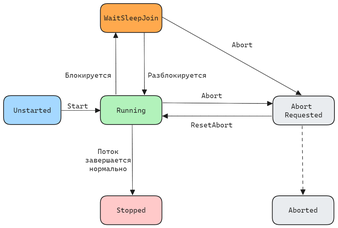
silvercodes/p23_sp keeps this Excalidraw diagram as img/02_sync.excalidraw.png. Above is the earlier version. Source tidied: one line per element, renumbered; positions are measured from the earlier drawing's top-left corner, leaving out a move shared by most shapes.
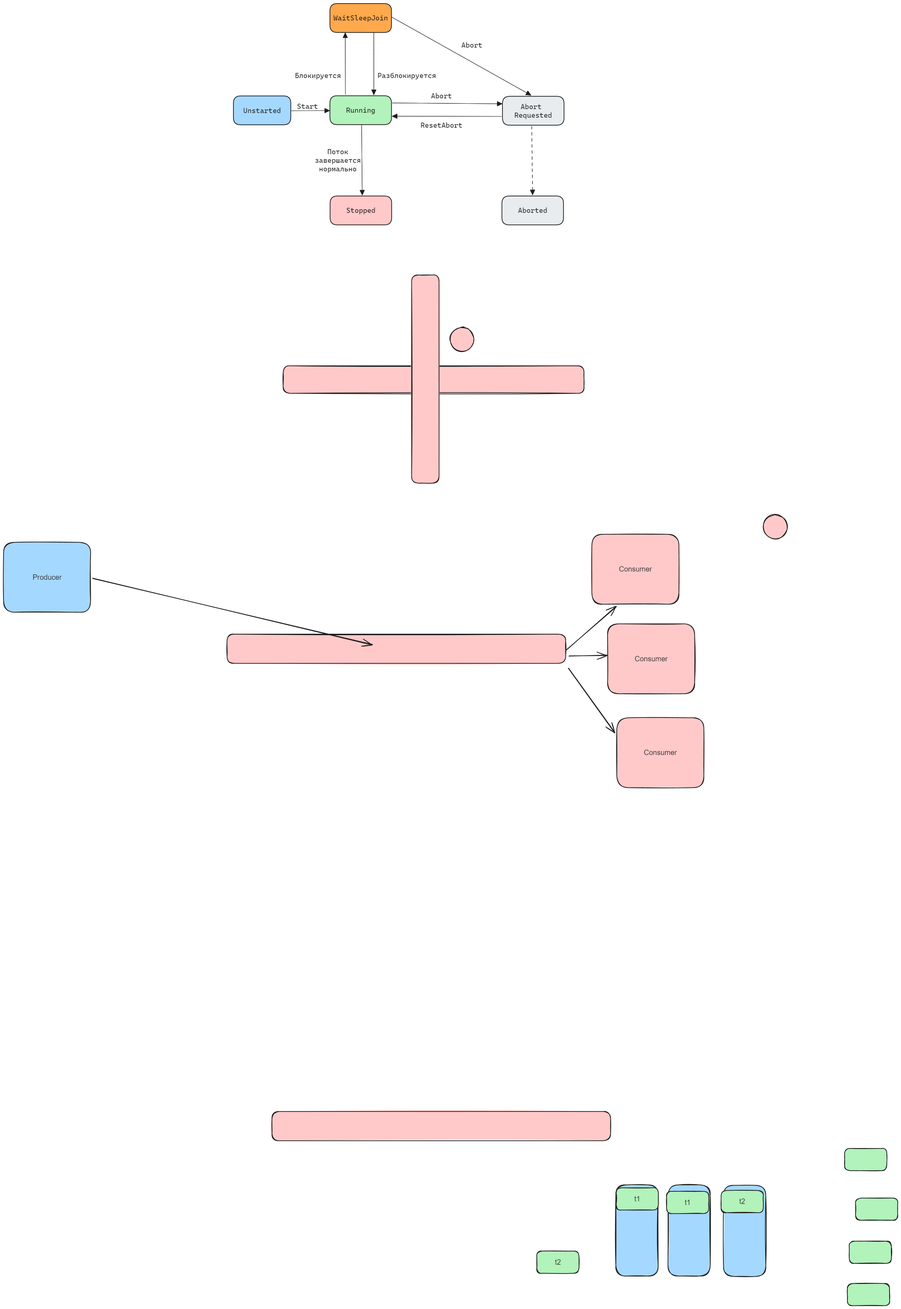
After the commit.

Diff of the diagram source:
```diff
@@ -1,27 +1,60 @@
+{"id": 27, "type": "rectangle", "strokeColor": "#1e1e1e", "backgroundColor": "#a5d8ff", "fillStyle": "solid", "strokeWidth": 2, "roughness": 1, "round": true, "x": 1070, "y": 3302, "width": 118, "height": 255}
+{"id": 28, "type": "rectangle", "strokeColor": "#1e1e1e", "backgroundColor": "#a5d8ff", "fillStyle": "solid", "strokeWidth": 2, "roughness": 1, "round": true, "x": 1216, "y": 3302, "width": 118, "height": 255}
+{"id": 29, "type": "rectangle", "strokeColor": "#1e1e1e", "backgroundColor": "#a5d8ff", "fillStyle": "solid", "strokeWidth": 2, "roughness": 1, "round": true, "x": 1371, "y": 3303, "width": 118, "height": 255}
+{"id": 30, "type": "rectangle", "strokeColor": "#1e1e1e", "backgroundColor": "#ffc9c9", "fillStyle": "solid", "strokeWidth": 2, "roughness": 1, "round": true, "x": 108, "y": 3097, "width": 947, "height": 82}
 {"id": 0, "type": "rectangle", "strokeColor": "#1e1e1e", "backgroundColor": "#a5d8ff", "fillStyle": "solid", "strokeWidth": 2, "roughness": 0, "round": true, "x": 0, "y": 257, "width": 160, "height": 81}
 {"id": 1, "type": "text", "text": "Unstarted", "strokeColor": "#1e1e1e", "backgroundColor": "#a5d8ff", "fillStyle": "solid", "strokeWidth": 2, "roughness": 0, "fontSize": 20, "fontFamily": 3, "textAlign": "center", "verticalAlign": "middle", "inside": 0, "x": 28, "y": 286, "width": 105, "height": 24}
-{"id": 2, "type": "rectangle", "strokeColor": "#1e1e1e", "backgroundColor": "#b2f2bb", "fillStyle": "solid", "strokeWidth": 2, "roughness": 0, "round": true, "x": 271, "y": 257, "width": 172, "height": 81}
+{"id": 2, "type": "rectangle", "strokeColor": "#1e1e1e", "backgroundColor": "#b2f2bb", "fillStyle": "solid", "strokeWidth": 2, "roughness": 0, "round": true, "x": 270, "y": 257, "width": 172, "height": 81}
-{"id": 3, "type": "text", "text": "Running", "strokeColor": "#1e1e1e", "backgroundColor": "#a5d8ff", "fillStyle": "solid", "strokeWidth": 2, "roughness": 0, "fontSize": 20, "fontFamily": 3, "textAlign": "center", "verticalAlign": "middle", "inside": 2, "x": 316, "y": 286, "width": 82, "height": 24}
+{"id": 3, "type": "text", "text": "Running", "strokeColor": "#1e1e1e", "backgroundColor": "#a5d8ff", "fillStyle": "solid", "strokeWidth": 2, "roughness": 0, "fontSize": 20, "fontFamily": 3, "textAlign": "center", "verticalAlign": "middle", "inside": 2, "x": 315, "y": 285, "width": 82, "height": 24}
-{"id": 4, "type": "arrow", "strokeColor": "#1e1e1e", "backgroundColor": "#a5d8ff", "fillStyle": "solid", "strokeWidth": 1, "roughness": 0, "endArrowhead": "triangle", "round": true, "from": 0, "to": 2, "x": 162, "y": 299, "width": 108, "height": 0, "points": [[0, 0], [108, 0]]}
+{"id": 4, "type": "arrow", "strokeColor": "#1e1e1e", "backgroundColor": "#a5d8ff", "fillStyle": "solid", "strokeWidth": 1, "roughness": 0, "endArrowhead": "triangle", "round": true, "from": 0, "to": 2, "x": 162, "y": 299, "width": 107, "height": 0, "points": [[0, 0], [107, 0]]}
 {"id": 5, "type": "text", "text": "Start", "strokeColor": "#1e1e1e", "backgroundColor": "#a5d8ff", "fillStyle": "solid", "strokeWidth": 2, "roughness": 0, "fontSize": 20, "fontFamily": 3, "x": 178, "y": 274, "width": 59, "height": 24}
-{"id": 6, "type": "rectangle", "strokeColor": "#1e1e1e", "backgroundColor": "#ffa94d", "fillStyle": "solid", "strokeWidth": 2, "roughness": 0, "round": true, "x": 271, "y": 0, "width": 172, "height": 81}
+{"id": 6, "type": "rectangle", "strokeColor": "#1e1e1e", "backgroundColor": "#ffa94d", "fillStyle": "solid", "strokeWidth": 2, "roughness": 0, "round": true, "x": 270, "y": -1, "width": 172, "height": 81}
-{"id": 7, "type": "text", "text": "WaitSleepJoin", "strokeColor": "#1e1e1e", "backgroundColor": "#a5d8ff", "fillStyle": "solid", "strokeWidth": 2, "roughness": 0, "fontSize": 20, "fontFamily": 3, "textAlign": "center", "verticalAlign": "middle", "inside": 6, "x": 281, "y": 28, "width": 152, "height": 24}
+{"id": 7, "type": "text", "text": "WaitSleepJoin", "strokeColor": "#1e1e1e", "backgroundColor": "#a5d8ff", "fillStyle": "solid", "strokeWidth": 2, "roughness": 0, "fontSize": 20, "fontFamily": 3, "textAlign": "center", "verticalAlign": "middle", "inside": 6, "x": 280, "y": 27, "width": 152, "height": 24}
-{"id": 8, "type": "arrow", "strokeColor": "#1e1e1e", "backgroundColor": "#b2f2bb", "fillStyle": "solid", "strokeWidth": 1, "roughness": 0, "endArrowhead": "triangle", "round": true, "from": 2, "to": 6, "x": 314, "y": 254, "width": 1, "height": 172, "points": [[0, 0], [-1, -172]]}
+{"id": 8, "type": "arrow", "strokeColor": "#1e1e1e", "backgroundColor": "#b2f2bb", "fillStyle": "solid", "strokeWidth": 1, "roughness": 0, "endArrowhead": "triangle", "round": true, "from": 2, "to": 6, "x": 313, "y": 253, "width": 0, "height": 173, "points": [[0, 0], [0, -173]]}
-{"id": 9, "type": "arrow", "strokeColor": "#1e1e1e", "backgroundColor": "#b2f2bb", "fillStyle": "solid", "strokeWidth": 1, "roughness": 0, "endArrowhead": "triangle", "round": true, "from": 6, "to": 2, "x": 393, "y": 82, "width": 1, "height": 173, "points": [[0, 0], [1, 173]]}
+{"id": 9, "type": "arrow", "strokeColor": "#1e1e1e", "backgroundColor": "#b2f2bb", "fillStyle": "solid", "strokeWidth": 1, "roughness": 0, "endArrowhead": "triangle", "round": true, "from": 6, "to": 2, "x": 393, "y": 81, "width": 0, "height": 173, "points": [[0, 0], [0, 173]]}
 {"id": 10, "type": "text", "text": "Блокируется", "strokeColor": "#1e1e1e", "backgroundColor": "#ffa94d", "fillStyle": "solid", "strokeWidth": 1, "roughness": 0, "fontSize": 20, "fontFamily": 3, "x": 172, "y": 188, "width": 129, "height": 24}
 {"id": 11, "type": "text", "text": "Разблокируется", "strokeColor": "#1e1e1e", "backgroundColor": "#ffa94d", "fillStyle": "solid", "strokeWidth": 1, "roughness": 0, "fontSize": 20, "fontFamily": 3, "x": 403, "y": 188, "width": 164, "height": 24}
 {"id": 12, "type": "rectangle", "strokeColor": "#1e1e1e", "backgroundColor": "#ffc9c9", "fillStyle": "solid", "strokeWidth": 2, "roughness": 0, "round": true, "x": 271, "y": 537, "width": 172, "height": 81}
 {"id": 13, "type": "text", "text": "Stopped", "strokeColor": "#1e1e1e", "backgroundColor": "#a5d8ff", "fillStyle": "solid", "strokeWidth": 2, "roughness": 0, "fontSize": 20, "fontFamily": 3, "textAlign": "center", "verticalAlign": "middle", "inside": 12, "x": 316, "y": 565, "width": 82, "height": 24}
-{"id": 14, "type": "arrow", "strokeColor": "#1e1e1e", "backgroundColor": "#ffc9c9", "fillStyle": "solid", "strokeWidth": 1, "roughness": 0, "endArrowhead": "triangle", "round": true, "from": 2, "to": 12, "x": 360, "y": 339, "width": 1, "height": 195, "points": [[0, 0], [1, 195]]}
+{"id": 14, "type": "arrow", "strokeColor": "#1e1e1e", "backgroundColor": "#ffc9c9", "fillStyle": "solid", "strokeWidth": 1, "roughness": 0, "endArrowhead": "triangle", "round": true, "from": 2, "to": 12, "x": 359, "y": 338, "width": 2, "height": 196, "points": [[0, 0], [2, 196]]}
 {"id": 15, "type": "text", "text": "Поток\nзавершается\nнормально", "strokeColor": "#1e1e1e", "backgroundColor": "#ffc9c9", "fillStyle": "solid", "strokeWidth": 1, "roughness": 0, "fontSize": 20, "fontFamily": 3, "textAlign": "center", "x": 228, "y": 401, "width": 129, "height": 72}
 {"id": 16, "type": "rectangle", "strokeColor": "#1e1e1e", "backgroundColor": "#e9ecef", "fillStyle": "solid", "strokeWidth": 2, "roughness": 0, "round": true, "x": 753, "y": 258, "width": 172, "height": 81}
 {"id": 17, "type": "text", "text": "Abort \nRequested", "strokeColor": "#1e1e1e", "backgroundColor": "#a5d8ff", "fillStyle": "solid", "strokeWidth": 2, "roughness": 0, "fontSize": 20, "fontFamily": 3, "textAlign": "center", "verticalAlign": "middle", "inside": 16, "x": 786, "y": 275, "width": 105, "height": 48}
-{"id": 18, "type": "arrow", "strokeColor": "#1e1e1e", "backgroundColor": "#e9ecef", "fillStyle": "solid", "strokeWidth": 1, "roughness": 0, "endArrowhead": "triangle", "round": true, "from": 6, "to": 16, "x": 444, "y": 38, "width": 388, "height": 217, "points": [[0, 0], [388, 217]]}
+{"id": 18, "type": "arrow", "strokeColor": "#1e1e1e", "backgroundColor": "#e9ecef", "fillStyle": "solid", "strokeWidth": 1, "roughness": 0, "endArrowhead": "triangle", "round": true, "from": 6, "to": 16, "x": 443, "y": 37, "width": 389, "height": 218, "points": [[0, 0], [389, 218]]}
 {"id": 19, "type": "text", "text": "Abort", "strokeColor": "#1e1e1e", "backgroundColor": "#e9ecef", "fillStyle": "solid", "strokeWidth": 1, "roughness": 0, "fontSize": 20, "fontFamily": 3, "textAlign": "center", "x": 638, "y": 103, "width": 59, "height": 24}
-{"id": 20, "type": "arrow", "strokeColor": "#1e1e1e", "backgroundColor": "#e9ecef", "fillStyle": "solid", "strokeWidth": 1, "roughness": 0, "endArrowhead": "triangle", "round": true, "from": 2, "to": 16, "x": 445, "y": 277, "width": 306, "height": 2, "points": [[0, 0], [306, 2]]}
+{"id": 20, "type": "arrow", "strokeColor": "#1e1e1e", "backgroundColor": "#e9ecef", "fillStyle": "solid", "strokeWidth": 1, "roughness": 0, "endArrowhead": "triangle", "round": true, "from": 2, "to": 16, "x": 445, "y": 277, "width": 307, "height": 2, "points": [[0, 0], [307, 2]]}
 {"id": 21, "type": "text", "text": "Abort", "strokeColor": "#1e1e1e", "backgroundColor": "#e9ecef", "fillStyle": "solid", "strokeWidth": 1, "roughness": 0, "fontSize": 20, "fontFamily": 3, "textAlign": "center", "x": 553, "y": 245, "width": 59, "height": 24}
-{"id": 22, "type": "arrow", "strokeColor": "#1e1e1e", "backgroundColor": "#e9ecef", "fillStyle": "solid", "strokeWidth": 1, "roughness": 0, "endArrowhead": "triangle", "round": true, "from": 16, "to": 2, "x": 750, "y": 314, "width": 305, "height": 0, "points": [[0, 0], [-305, 0]]}
+{"id": 22, "type": "arrow", "strokeColor": "#1e1e1e", "backgroundColor": "#e9ecef", "fillStyle": "solid", "strokeWidth": 1, "roughness": 0, "endArrowhead": "triangle", "round": true, "from": 16, "to": 2, "x": 750, "y": 314, "width": 306, "height": 1, "points": [[0, 0], [-306, -1]]}
 {"id": 23, "type": "text", "text": "ResetAbort", "strokeColor": "#1e1e1e", "backgroundColor": "#e9ecef", "fillStyle": "solid", "strokeWidth": 1, "roughness": 0, "fontSize": 20, "fontFamily": 3, "textAlign": "center", "x": 524, "y": 327, "width": 117, "height": 24}
 {"id": 24, "type": "rectangle", "strokeColor": "#1e1e1e", "backgroundColor": "#e9ecef", "fillStyle": "solid", "strokeWidth": 2, "roughness": 0, "round": true, "x": 751, "y": 537, "width": 172, "height": 81}
 {"id": 25, "type": "text", "text": "Aborted", "strokeColor": "#1e1e1e", "backgroundColor": "#a5d8ff", "fillStyle": "solid", "strokeWidth": 2, "roughness": 0, "fontSize": 20, "fontFamily": 3, "textAlign": "center", "verticalAlign": "middle", "inside": 24, "x": 796, "y": 565, "width": 82, "height": 24}
 {"id": 26, "type": "arrow", "strokeColor": "#1e1e1e", "backgroundColor": "#e9ecef", "fillStyle": "solid", "strokeWidth": 1, "strokeStyle": "dashed", "roughness": 0, "endArrowhead": "triangle", "round": true, "from": 16, "to": 24, "x": 835, "y": 342, "width": 2, "height": 192, "points": [[0, 0], [2, 192]]}
+{"id": 31, "type": "rectangle", "strokeColor": "#1e1e1e", "backgroundColor": "#ffc9c9", "fillStyle": "solid", "strokeWidth": 2, "roughness": 1, "round": true, "x": 139, "y": 1012, "width": 842, "height": 77}
+{"id": 32, "type": "rectangle", "strokeColor": "#1e1e1e", "backgroundColor": "#ffc9c9", "fillStyle": "solid", "strokeWidth": 2, "roughness": 1, "round": true, "x": 499, "y": 758, "width": 77, "height": 582}
+{"id": 33, "type": "ellipse", "strokeColor": "#1e1e1e", "backgroundColor": "#ffc9c9", "fillStyle": "solid", "strokeWidth": 2, "roughness": 1, "round": true, "x": 606, "y": 904, "width": 66, "height": 68}
+{"id": 34, "type": "rectangle", "strokeColor": "#1e1e1e", "backgroundColor": "#ffc9c9", "fillStyle": "solid", "strokeWidth": 2, "roughness": 1, "round": true, "x": -18, "y": 1762, "width": 947, "height": 82}
+{"id": 35, "type": "rectangle", "strokeColor": "#1e1e1e", "backgroundColor": "#b2f2bb", "fillStyle": "solid", "strokeWidth": 2, "roughness": 1, "round": true, "x": 1710, "y": 3200, "width": 118, "height": 62}
+{"id": 36, "type": "rectangle", "strokeColor": "#1e1e1e", "backgroundColor": "#b2f2bb", "fillStyle": "solid", "strokeWidth": 2, "roughness": 1, "round": true, "x": 1741, "y": 3339, "width": 118, "height": 62}
+{"id": 37, "type": "rectangle", "strokeColor": "#1e1e1e", "backgroundColor": "#b2f2bb", "fillStyle": "solid", "strokeWidth": 2, "roughness": 1, "round": true, "x": 1723, "y": 3459, "width": 118, "height": 62}
+{"id": 38, "type": "rectangle", "strokeColor": "#1e1e1e", "backgroundColor": "#a5d8ff", "fillStyle": "solid", "strokeWidth": 2, "roughness": 1, "round": true, "x": -643, "y": 1505, "width": 244, "height": 196}
+{"id": 39, "type": "text", "text": "Producer", "strokeColor": "#1e1e1e", "backgroundColor": "#a5d8ff", "fillStyle": "solid", "strokeWidth": 2, "roughness": 1, "fontSize": 20, "fontFamily": 2, "textAlign": "center", "verticalAlign": "middle", "inside": 38, "x": -562, "y": 1591, "width": 81, "height": 23}
+{"id": 40, "type": "arrow", "strokeColor": "#1e1e1e", "backgroundColor": "#a5d8ff", "fillStyle": "solid", "strokeWidth": 2, "roughness": 1, "endArrowhead": "arrow", "round": true, "from": 38, "x": -394, "y": 1607, "width": 784, "height": 184, "points": [[0, 0], [784, 184]]}
+{"id": 41, "type": "rectangle", "strokeColor": "#1e1e1e", "backgroundColor": "#ffc9c9", "fillStyle": "solid", "strokeWidth": 2, "roughness": 1, "round": true, "x": 1003, "y": 1483, "width": 244, "height": 196}
+{"id": 42, "type": "text", "text": "Consumer", "strokeColor": "#1e1e1e", "backgroundColor": "#a5d8ff", "fillStyle": "solid", "strokeWidth": 2, "roughness": 1, "fontSize": 20, "fontFamily": 2, "textAlign": "center", "verticalAlign": "middle", "inside": 41, "x": 1079, "y": 1569, "width": 92, "height": 23}
+{"id": 43, "type": "arrow", "strokeColor": "#1e1e1e", "backgroundColor": "#a5d8ff", "fillStyle": "solid", "strokeWidth": 2, "roughness": 1, "endArrowhead": "arrow", "round": true, "from": 34, "to": 41, "x": 932, "y": 1805, "width": 139, "height": 121, "points": [[0, 0], [139, -121]]}
+{"id": 44, "type": "rectangle", "strokeColor": "#1e1e1e", "backgroundColor": "#ffc9c9", "fillStyle": "solid", "strokeWidth": 2, "roughness": 1, "round": true, "x": 1073, "y": 1996, "width": 244, "height": 196}
+{"id": 45, "type": "text", "text": "Consumer", "strokeColor": "#1e1e1e", "backgroundColor": "#a5d8ff", "fillStyle": "solid", "strokeWidth": 2, "roughness": 1, "fontSize": 20, "fontFamily": 2, "textAlign": "center", "verticalAlign": "middle", "inside": 44, "x": 1148, "y": 2082, "width": 92, "height": 23}
+{"id": 46, "type": "rectangle", "strokeColor": "#1e1e1e", "backgroundColor": "#ffc9c9", "fillStyle": "solid", "strokeWidth": 2, "roughness": 1, "round": true, "x": 1047, "y": 1733, "width": 244, "height": 196}
+{"id": 47, "type": "text", "text": "Consumer", "strokeColor": "#1e1e1e", "backgroundColor": "#a5d8ff", "fillStyle": "solid", "strokeWidth": 2, "roughness": 1, "fontSize": 20, "fontFamily": 2, "textAlign": "center", "verticalAlign": "middle", "inside": 46, "x": 1123, "y": 1819, "width": 92, "height": 23}
+{"id": 48, "type": "arrow", "strokeColor": "#1e1e1e", "backgroundColor": "#a5d8ff", "fillStyle": "solid", "strokeWidth": 2, "roughness": 1, "endArrowhead": "arrow", "round": true, "from": 34, "to": 46, "x": 940, "y": 1823, "width": 106, "height": 2, "points": [[0, 0], [106, -2]]}
+{"id": 49, "type": "arrow", "strokeColor": "#1e1e1e", "backgroundColor": "#a5d8ff", "fillStyle": "solid", "strokeWidth": 2, "roughness": 1, "endArrowhead": "arrow", "round": true, "from": 34, "to": 44, "x": 938, "y": 1857, "width": 129, "height": 180, "points": [[0, 0], [129, 180]]}
+{"id": 50, "type": "ellipse", "strokeColor": "#1e1e1e", "backgroundColor": "#ffc9c9", "fillStyle": "solid", "strokeWidth": 2, "roughness": 1, "round": true, "x": 1483, "y": 1428, "width": 66, "height": 68}
+{"id": 51, "type": "rectangle", "strokeColor": "#1e1e1e", "backgroundColor": "#b2f2bb", "fillStyle": "solid", "strokeWidth": 2, "roughness": 1, "round": true, "x": 849, "y": 3487, "width": 118, "height": 62}
+{"id": 52, "type": "text", "text": "t2", "strokeColor": "#1e1e1e", "backgroundColor": "#a5d8ff", "fillStyle": "solid", "strokeWidth": 2, "roughness": 1, "fontSize": 20, "fontFamily": 2, "textAlign": "center", "verticalAlign": "middle", "inside": 51, "x": 900, "y": 3507, "width": 17, "height": 23}
+{"id": 53, "type": "rectangle", "strokeColor": "#1e1e1e", "backgroundColor": "#b2f2bb", "fillStyle": "solid", "strokeWidth": 2, "roughness": 1, "round": true, "x": 1718, "y": 3578, "width": 118, "height": 62}
+{"id": 54, "type": "rectangle", "strokeColor": "#1e1e1e", "backgroundColor": "#b2f2bb", "fillStyle": "solid", "strokeWidth": 2, "roughness": 1, "round": true, "x": 1071, "y": 3310, "width": 118, "height": 62}
+{"id": 55, "type": "text", "text": "t1", "strokeColor": "#1e1e1e", "backgroundColor": "#ffc9c9", "fillStyle": "solid", "strokeWidth": 2, "roughness": 1, "fontSize": 20, "fontFamily": 2, "textAlign": "center", "verticalAlign": "middle", "inside": 54, "x": 1122, "y": 3330, "width": 17, "height": 23}
+{"id": 56, "type": "rectangle", "strokeColor": "#1e1e1e", "backgroundColor": "#b2f2bb", "fillStyle": "solid", "strokeWidth": 2, "roughness": 1, "round": true, "x": 1364, "y": 3318, "width": 118, "height": 62}
+{"id": 57, "type": "text", "text": "t2", "strokeColor": "#1e1e1e", "backgroundColor": "#a5d8ff", "fillStyle": "solid", "strokeWidth": 2, "roughness": 1, "fontSize": 20, "fontFamily": 2, "textAlign": "center", "verticalAlign": "middle", "inside": 56, "x": 1415, "y": 3337, "width": 17, "height": 23}
+{"id": 58, "type": "rectangle", "strokeColor": "#1e1e1e", "backgroundColor": "#b2f2bb", "fillStyle": "solid", "strokeWidth": 2, "roughness": 1, "round": true, "x": 1212, "y": 3320, "width": 118, "height": 62}
+{"id": 59, "type": "text", "text": "t1", "strokeColor": "#1e1e1e", "backgroundColor": "#ffc9c9", "fillStyle": "solid", "strokeWidth": 2, "roughness": 1, "fontSize": 20, "fontFamily": 2, "textAlign": "center", "verticalAlign": "middle", "inside": 58, "x": 1263, "y": 3340, "width": 17, "height": 23}
```
